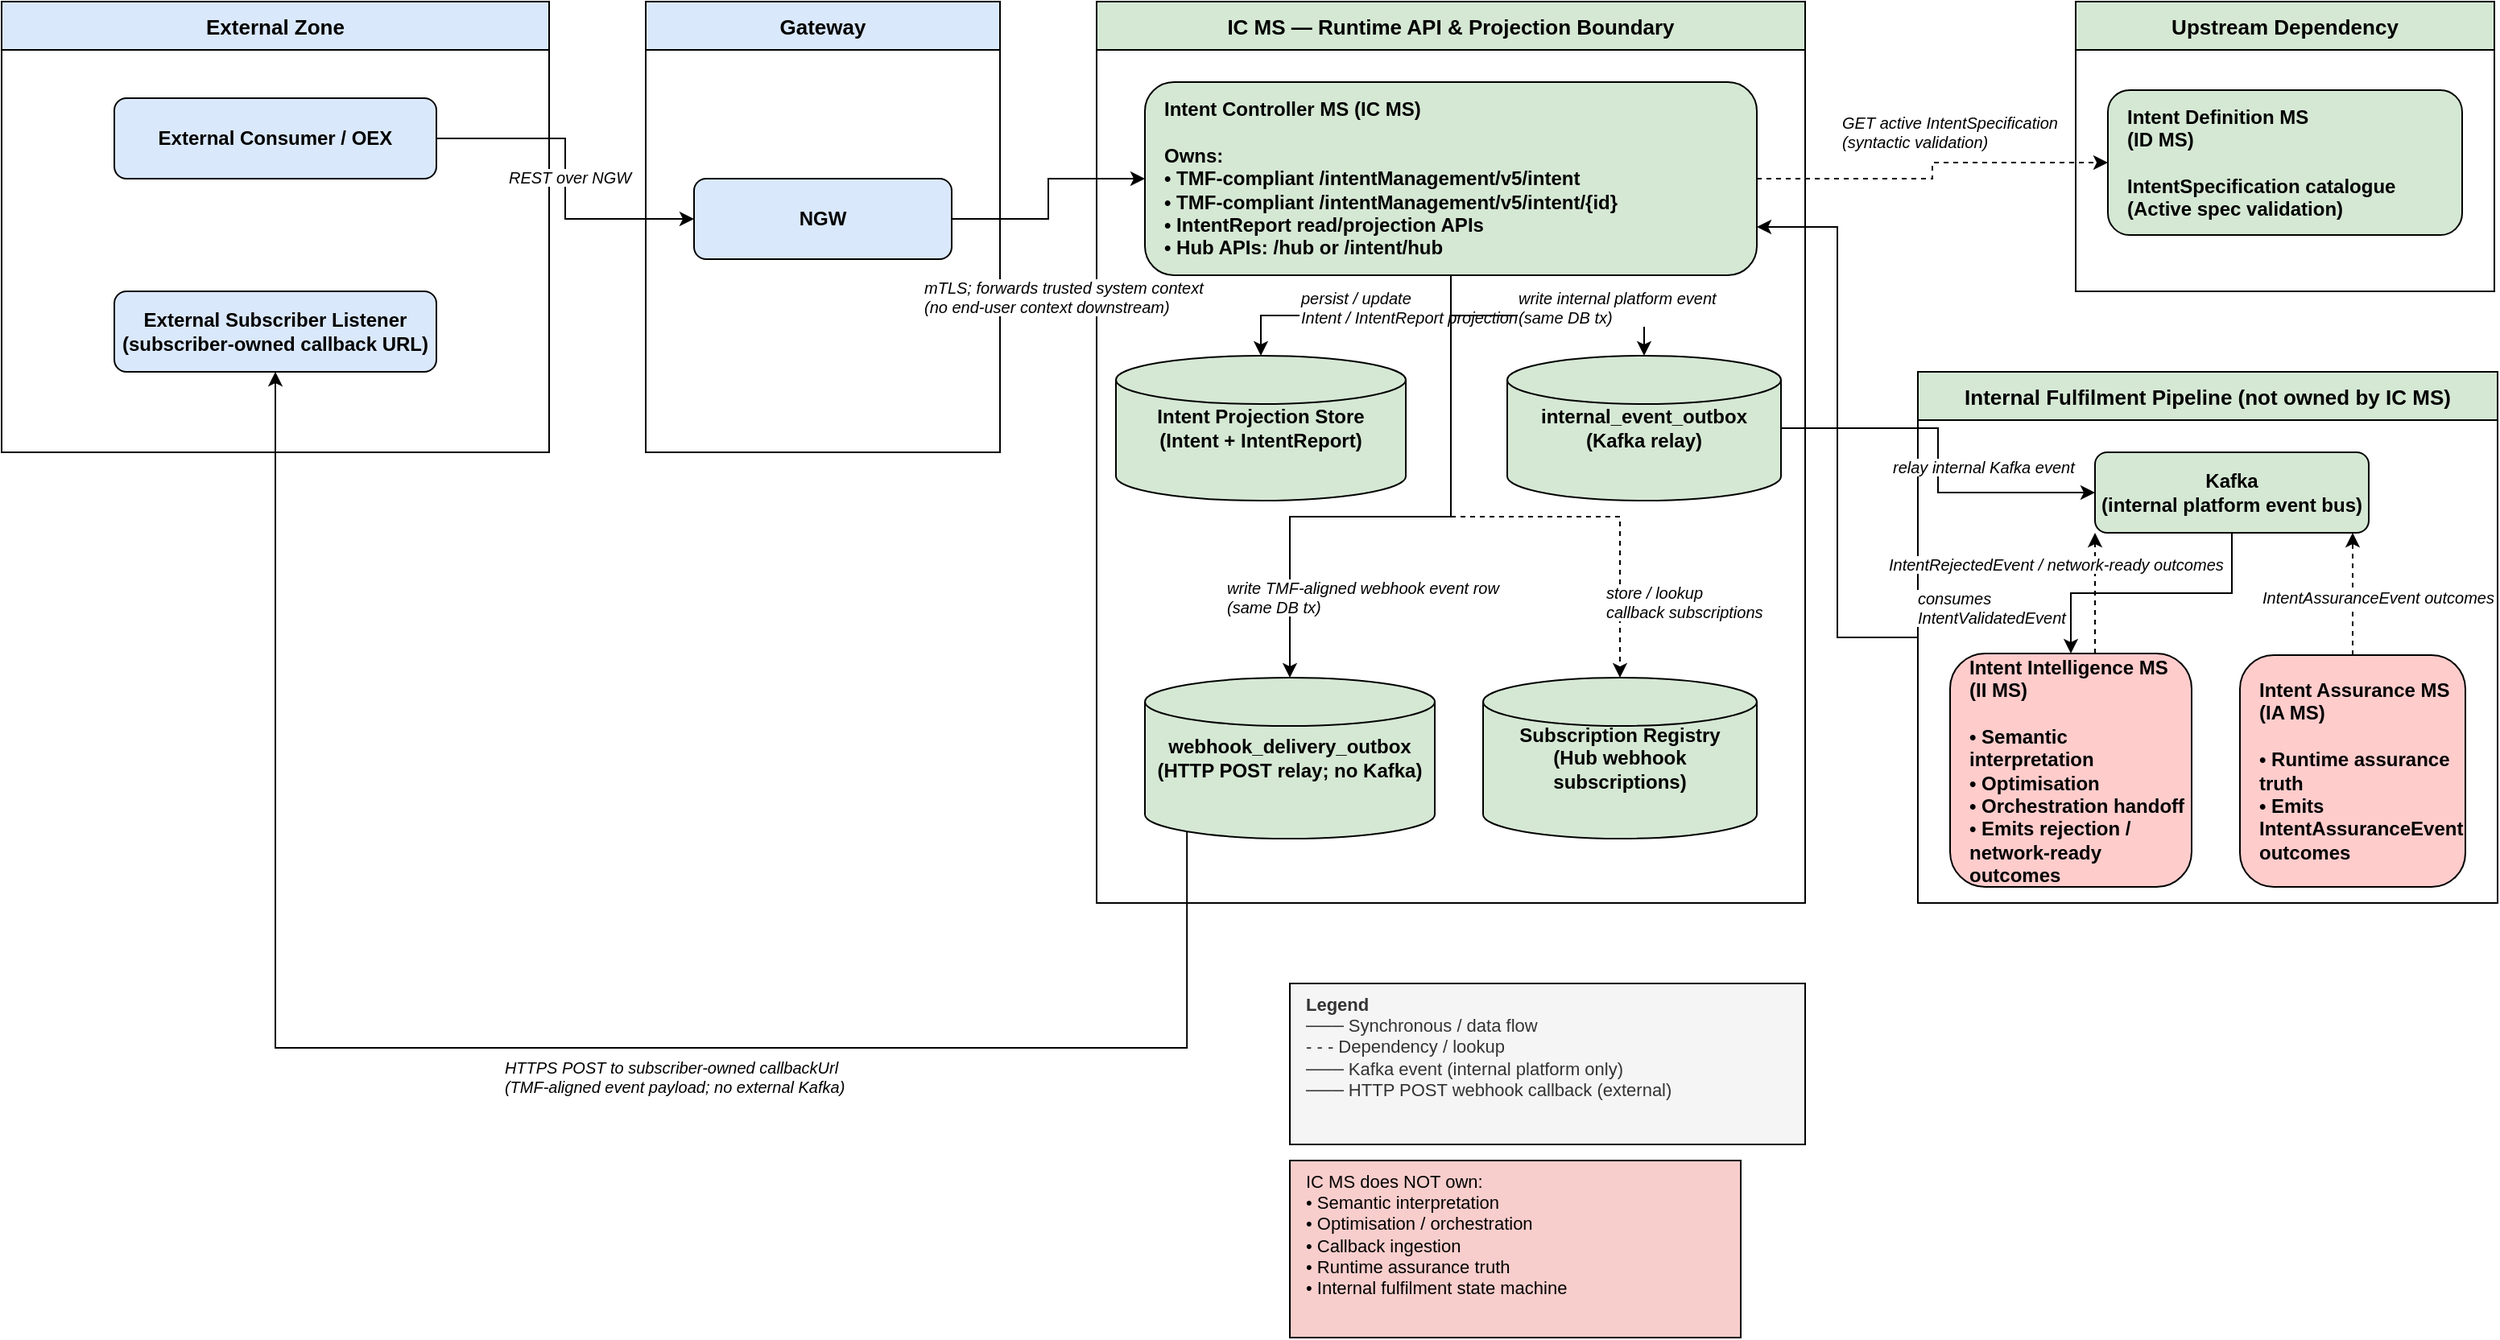
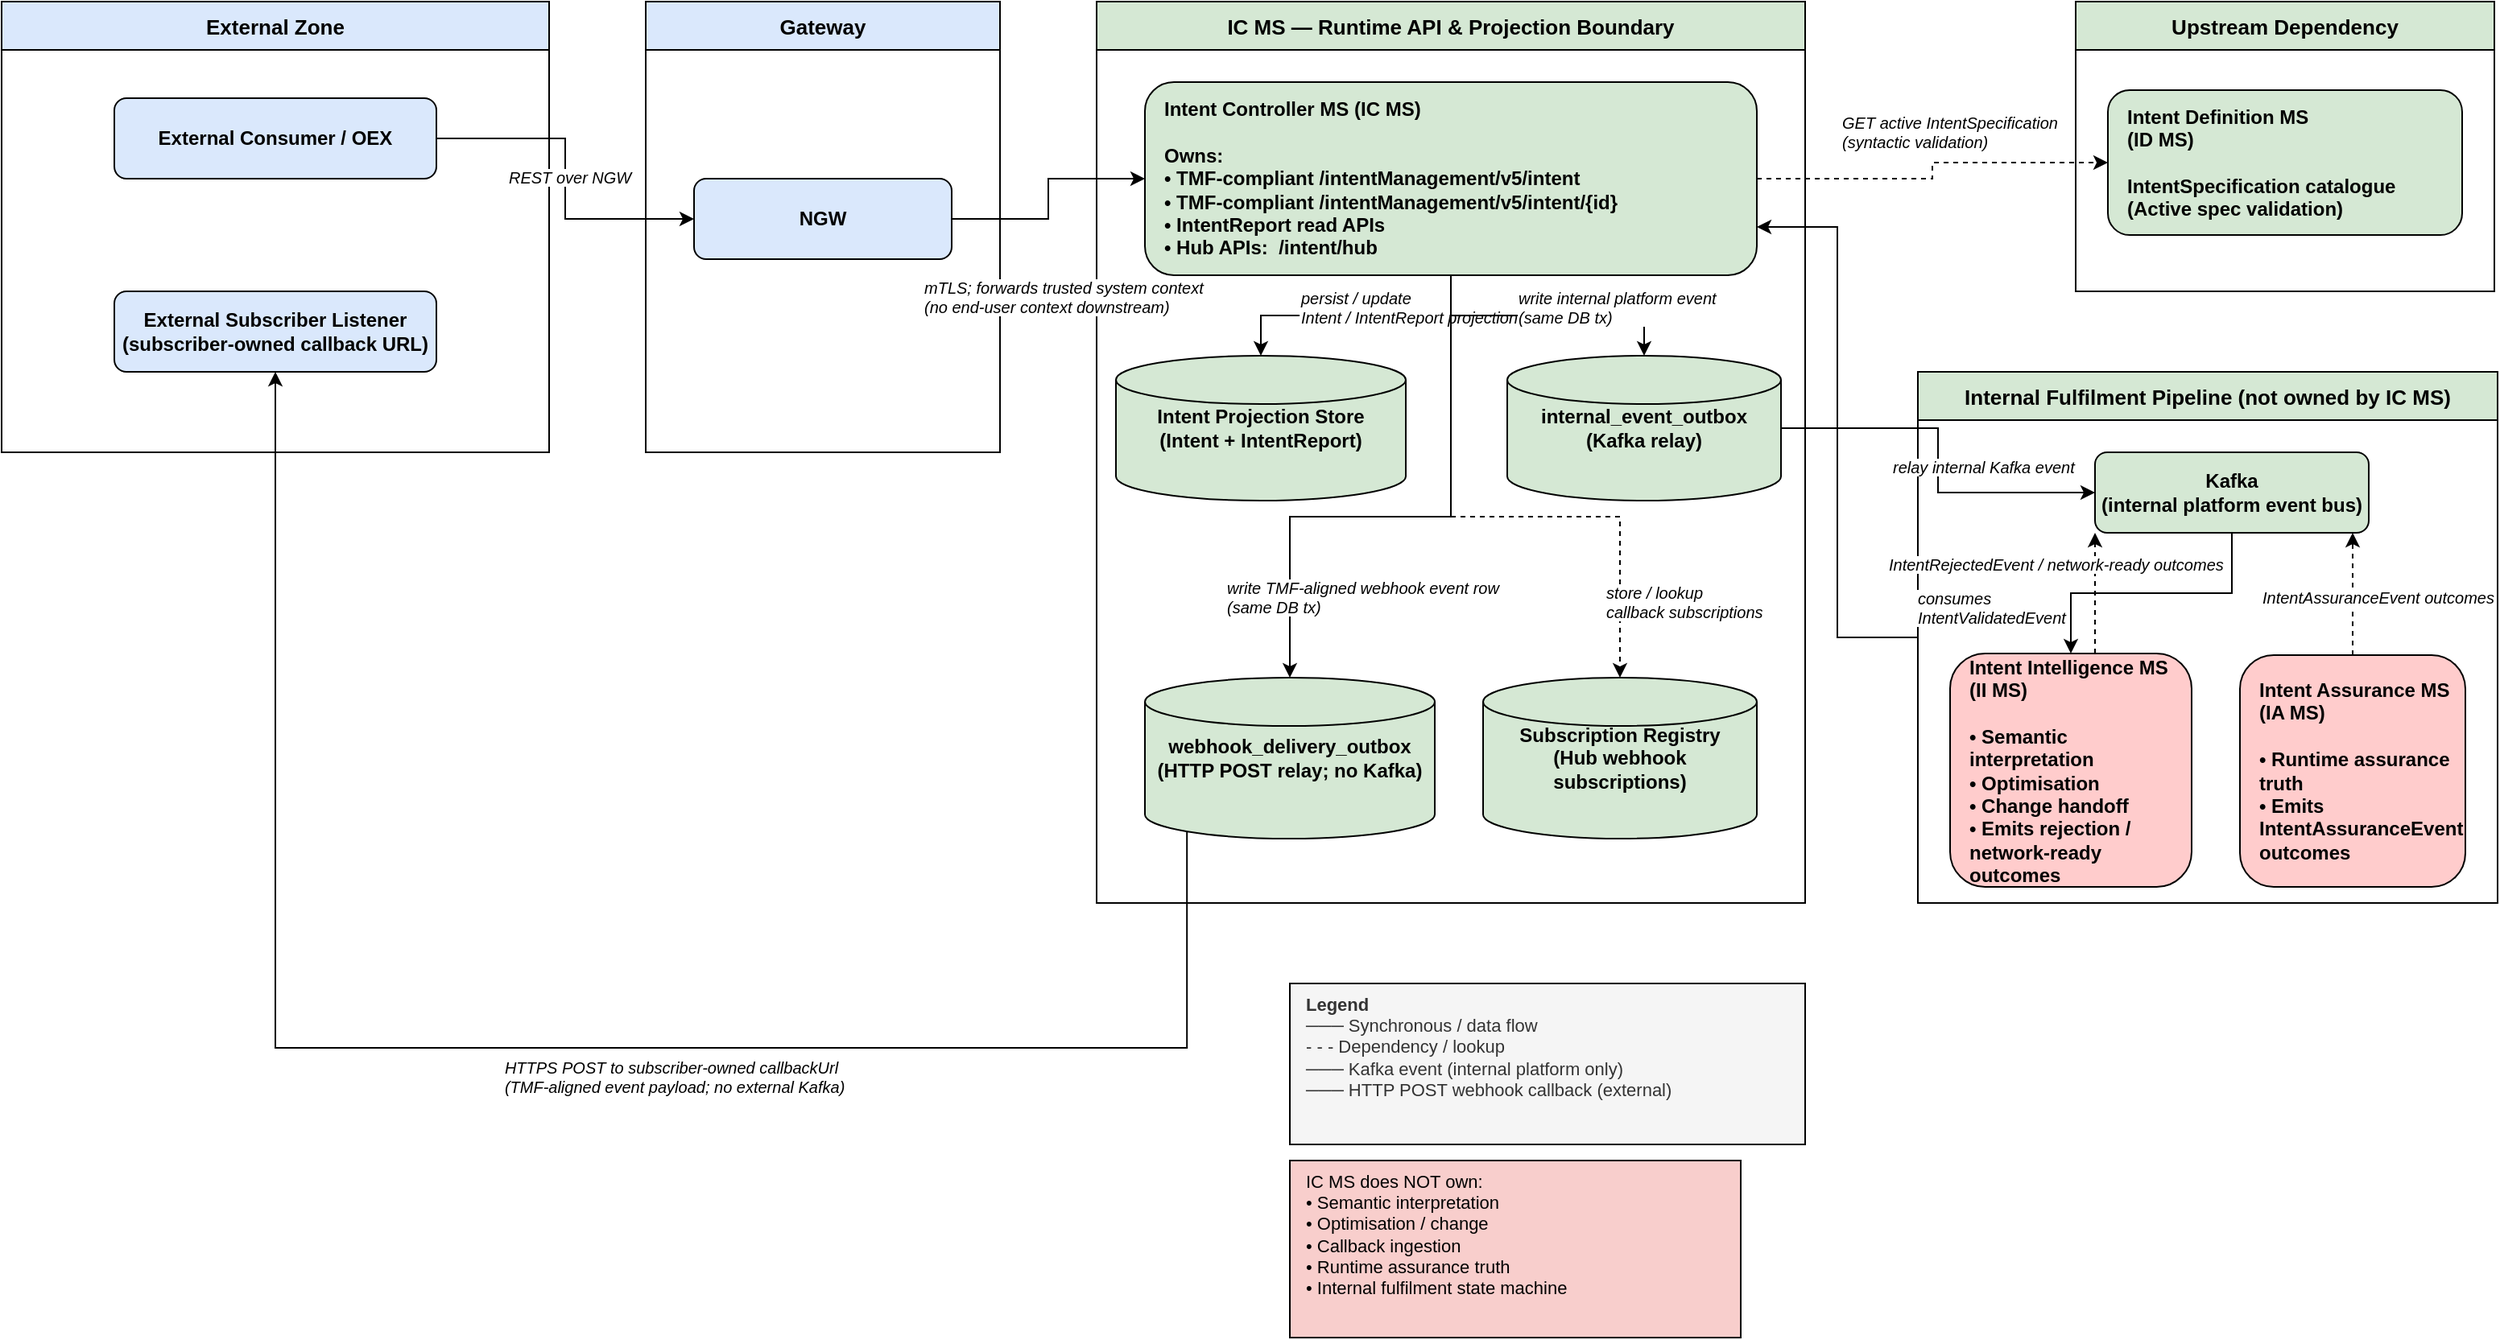
<mxfile host="65bd71144e">
    <diagram name="IC MS - Logical View" id="ic-ms-logical-view">
        <mxGraphModel dx="729" dy="633" grid="1" gridSize="10" guides="1" tooltips="1" connect="1" arrows="1" fold="1" page="1" pageScale="1" pageWidth="1654" pageHeight="1169" math="0" shadow="0">
            <root>
                <mxCell id="0"/>
                <mxCell id="1" parent="0"/>
                <mxCell id="zone_external" value="External Zone" style="swimlane;startSize=30;fillColor=#dae8fc;strokeColor=default;fontStyle=1;fontSize=13;horizontal=1;container=0;" parent="1" vertex="1">
                    <mxGeometry x="40" y="40" width="340" height="280" as="geometry"/>
                </mxCell>
                <mxCell id="zone_gateway" value="Gateway" style="swimlane;startSize=30;fillColor=#dae8fc;strokeColor=default;fontStyle=1;fontSize=13;horizontal=1;container=0;" parent="1" vertex="1">
                    <mxGeometry x="440" y="40" width="220" height="280" as="geometry"/>
                </mxCell>
                <mxCell id="zone_icms" value="IC MS — Runtime API &amp; Projection Boundary" style="swimlane;startSize=30;fillColor=#d5e8d4;strokeColor=default;fontStyle=1;fontSize=13;horizontal=1;container=0;" parent="1" vertex="1">
                    <mxGeometry x="720" y="40" width="440" height="560" as="geometry"/>
                </mxCell>
                <mxCell id="zone_idms" value="Upstream Dependency" style="swimlane;startSize=30;fillColor=#d5e8d4;strokeColor=default;fontStyle=1;fontSize=13;horizontal=1;container=0;" parent="1" vertex="1">
                    <mxGeometry x="1328" y="40" width="260" height="180" as="geometry"/>
                </mxCell>
                <mxCell id="0MlcjW0cjBZ2ITzH3IxV-1" style="edgeStyle=orthogonalEdgeStyle;rounded=0;orthogonalLoop=1;jettySize=auto;html=1;entryX=1;entryY=0.75;entryDx=0;entryDy=0;fillColor=#d5e8d4;strokeColor=default;" parent="1" source="zone_internal" target="icms_core" edge="1">
                    <mxGeometry relative="1" as="geometry"/>
                </mxCell>
                <mxCell id="zone_internal" value="Internal Fulfilment Pipeline (not owned by IC MS)" style="swimlane;startSize=30;fillColor=#d5e8d4;strokeColor=default;fontStyle=1;fontSize=13;horizontal=1;container=0;" parent="1" vertex="1">
                    <mxGeometry x="1230" y="270" width="360" height="330" as="geometry"/>
                </mxCell>
                <mxCell id="e1" style="edgeStyle=orthogonalEdgeStyle;rounded=0;" parent="1" source="ext_consumer" target="gateway" edge="1">
                    <mxGeometry relative="1" as="geometry"/>
                </mxCell>
                <mxCell id="e1_lbl" value="REST over NGW" style="edgeLabel;fontSize=10;fontStyle=2;container=0;" parent="e1" connectable="0" vertex="1">
                    <mxGeometry relative="0.5" as="geometry">
                        <mxPoint x="-37" y="-13" as="offset"/>
                    </mxGeometry>
                </mxCell>
                <mxCell id="e2" style="edgeStyle=orthogonalEdgeStyle;rounded=0;" parent="1" source="gateway" target="icms_core" edge="1">
                    <mxGeometry relative="1" as="geometry"/>
                </mxCell>
                <mxCell id="e2_lbl" value="mTLS; forwards trusted system context&#xa;(no end-user context downstream)" style="edgeLabel;fontSize=10;fontStyle=2;container=0;" parent="e2" connectable="0" vertex="1">
                    <mxGeometry relative="0.5" as="geometry">
                        <mxPoint x="-79" y="43" as="offset"/>
                    </mxGeometry>
                </mxCell>
                <mxCell id="e3" style="edgeStyle=orthogonalEdgeStyle;rounded=0;dashed=1;fillColor=#d5e8d4;strokeColor=default;" parent="1" source="icms_core" target="idms" edge="1">
                    <mxGeometry relative="1" as="geometry"/>
                </mxCell>
                <mxCell id="e3_lbl" value="GET active IntentSpecification&#xa;(syntactic validation)" style="edgeLabel;fontSize=10;fontStyle=2;container=0;" parent="e3" connectable="0" vertex="1">
                    <mxGeometry relative="0.5" as="geometry">
                        <mxPoint x="-58" y="-42" as="offset"/>
                    </mxGeometry>
                </mxCell>
                <mxCell id="e4" style="edgeStyle=orthogonalEdgeStyle;rounded=0;fillColor=#d5e8d4;strokeColor=default;" parent="1" source="icms_core" target="intent_store" edge="1">
                    <mxGeometry relative="1" as="geometry"/>
                </mxCell>
                <mxCell id="e4_lbl" value="persist / update&#xa;Intent / IntentReport projection" style="edgeLabel;fontSize=10;fontStyle=2;container=0;" parent="e4" connectable="0" vertex="1">
                    <mxGeometry relative="0.5" as="geometry">
                        <mxPoint x="-36" y="-23" as="offset"/>
                    </mxGeometry>
                </mxCell>
                <mxCell id="e5" style="edgeStyle=orthogonalEdgeStyle;rounded=0;fillColor=#d5e8d4;strokeColor=default;" parent="1" source="icms_core" target="int_outbox" edge="1">
                    <mxGeometry relative="1" as="geometry"/>
                </mxCell>
                <mxCell id="e5_lbl" value="write internal platform event&#xa;(same DB tx)" style="edgeLabel;fontSize=10;fontStyle=2;container=0;" parent="e5" connectable="0" vertex="1">
                    <mxGeometry relative="0.5" as="geometry">
                        <mxPoint x="-20" y="-23" as="offset"/>
                    </mxGeometry>
                </mxCell>
                <mxCell id="e6" style="edgeStyle=orthogonalEdgeStyle;rounded=0;fillColor=#d5e8d4;strokeColor=default;" parent="1" source="int_outbox" target="kafka" edge="1">
                    <mxGeometry relative="1" as="geometry"/>
                </mxCell>
                <mxCell id="e6_lbl" value="relay internal Kafka event" style="edgeLabel;fontSize=10;fontStyle=2;container=0;" parent="e6" connectable="0" vertex="1">
                    <mxGeometry relative="0.5" as="geometry">
                        <mxPoint x="-30" y="-8" as="offset"/>
                    </mxGeometry>
                </mxCell>
                <mxCell id="e7" style="edgeStyle=orthogonalEdgeStyle;rounded=0;fillColor=#d5e8d4;strokeColor=default;" parent="1" source="kafka" target="iims" edge="1">
                    <mxGeometry relative="1" as="geometry"/>
                </mxCell>
                <mxCell id="e7_lbl" value="consumes&#xa;IntentValidatedEvent" style="edgeLabel;fontSize=10;fontStyle=2;container=0;" parent="e7" connectable="0" vertex="1">
                    <mxGeometry relative="0.5" as="geometry">
                        <mxPoint x="-147" y="-9" as="offset"/>
                    </mxGeometry>
                </mxCell>
                <mxCell id="e8" style="edgeStyle=orthogonalEdgeStyle;rounded=0;dashed=1;fillColor=#d5e8d4;strokeColor=default;" parent="1" source="iims" target="kafka" edge="1">
                    <mxGeometry relative="1" as="geometry">
                        <Array as="points">
                            <mxPoint x="1310" y="490"/>
                            <mxPoint x="1380" y="490"/>
                            <mxPoint x="1380" y="360"/>
                        </Array>
                    </mxGeometry>
                </mxCell>
                <mxCell id="e8_lbl" value="IntentRejectedEvent / network-ready outcomes" style="edgeLabel;fontSize=10;fontStyle=2;container=0;" parent="e8" connectable="0" vertex="1">
                    <mxGeometry relative="0.5" as="geometry">
                        <mxPoint x="-130" y="-30" as="offset"/>
                    </mxGeometry>
                </mxCell>
                <mxCell id="e9" style="edgeStyle=orthogonalEdgeStyle;rounded=0;dashed=1;fillColor=#d5e8d4;strokeColor=default;" parent="1" source="iams" target="kafka" edge="1">
                    <mxGeometry relative="1" as="geometry">
                        <Array as="points">
                            <mxPoint x="1450" y="490"/>
                            <mxPoint x="1450" y="360"/>
                        </Array>
                    </mxGeometry>
                </mxCell>
                <mxCell id="e9_lbl" value="IntentAssuranceEvent outcomes" style="edgeLabel;fontSize=10;fontStyle=2;container=0;" parent="e9" connectable="0" vertex="1">
                    <mxGeometry relative="0.5" as="geometry">
                        <mxPoint x="-58" y="-10" as="offset"/>
                    </mxGeometry>
                </mxCell>
                <mxCell id="e11" style="edgeStyle=orthogonalEdgeStyle;rounded=0;fillColor=#d5e8d4;strokeColor=default;" parent="1" source="icms_core" target="webhook_outbox" edge="1">
                    <mxGeometry relative="1" as="geometry">
                        <Array as="points">
                            <mxPoint x="940" y="360"/>
                            <mxPoint x="840" y="360"/>
                        </Array>
                    </mxGeometry>
                </mxCell>
                <mxCell id="e11_lbl" value="write TMF-aligned webhook event row&#xa;(same DB tx)" style="edgeLabel;fontSize=10;fontStyle=2;container=0;" parent="e11" connectable="0" vertex="1">
                    <mxGeometry relative="0.5" as="geometry">
                        <mxPoint x="-116" y="32" as="offset"/>
                    </mxGeometry>
                </mxCell>
                <mxCell id="e12" style="edgeStyle=orthogonalEdgeStyle;rounded=0;strokeColor=default;exitX=0.145;exitY=1;exitDx=0;exitDy=-4.35;exitPerimeter=0;" parent="1" source="webhook_outbox" target="ext_subscriber" edge="1">
                    <mxGeometry relative="1" as="geometry">
                        <Array as="points">
                            <mxPoint x="776" y="690"/>
                            <mxPoint x="210" y="690"/>
                        </Array>
                    </mxGeometry>
                </mxCell>
                <mxCell id="e12_lbl" value="HTTPS POST to subscriber-owned callbackUrl&#xa;(TMF-aligned event payload; no external Kafka)" style="edgeLabel;fontSize=10;fontStyle=2;container=0;" parent="e12" connectable="0" vertex="1">
                    <mxGeometry relative="0.5" as="geometry"/>
                </mxCell>
                <mxCell id="e13" style="edgeStyle=orthogonalEdgeStyle;rounded=0;dashed=1;fillColor=#d5e8d4;strokeColor=default;" parent="1" source="icms_core" target="sub_registry" edge="1">
                    <mxGeometry relative="1" as="geometry">
                        <Array as="points">
                            <mxPoint x="940" y="360"/>
                            <mxPoint x="1045" y="360"/>
                        </Array>
                    </mxGeometry>
                </mxCell>
                <mxCell id="e13_lbl" value="store / lookup&#xa;callback subscriptions" style="edgeLabel;fontSize=10;fontStyle=2;container=0;" parent="e13" connectable="0" vertex="1">
                    <mxGeometry relative="0.5" as="geometry">
                        <mxPoint x="67" y="35" as="offset"/>
                    </mxGeometry>
                </mxCell>
                <mxCell id="legend" value="&lt;b&gt;Legend&lt;/b&gt;&#xa;─── Synchronous / data flow&#xa;- - - Dependency / lookup&#xa;─── Kafka event (internal platform only)&#xa;─── HTTP POST webhook callback (external)" style="text;html=1;strokeColor=default;fillColor=#f5f5f5;align=left;verticalAlign=top;spacingLeft=8;fontSize=11;fontColor=#333333;container=0;" parent="1" vertex="1">
                    <mxGeometry x="840" y="650" width="320" height="100" as="geometry"/>
                </mxCell>
-                 <mxCell id="not_owned_note" value="IC MS does NOT own:&#xa;• Semantic interpretation&#xa;• Optimisation / orchestration&#xa;• Callback ingestion&#xa;• Runtime assurance truth&#xa;• Internal fulfilment state machine" style="text;html=1;strokeColor=default;fillColor=#f8cecc;align=left;verticalAlign=top;spacingLeft=8;fontSize=11;container=0;" parent="1" vertex="1">
+                 <mxCell id="not_owned_note" value="IC MS does NOT own:&#xa;• Semantic interpretation&#xa;• Optimisation / change&#xa;• Callback ingestion&#xa;• Runtime assurance truth&#xa;• Internal fulfilment state machine" style="text;html=1;strokeColor=default;fillColor=#f8cecc;align=left;verticalAlign=top;spacingLeft=8;fontSize=11;container=0;" parent="1" vertex="1">
                    <mxGeometry x="840" y="760" width="280" height="110" as="geometry"/>
                </mxCell>
                <mxCell id="ext_consumer" value="External Consumer / OEX" style="rounded=1;whiteSpace=wrap;html=1;fillColor=#dae8fc;strokeColor=default;fontStyle=1;fontSize=12;container=0;" parent="1" vertex="1">
                    <mxGeometry x="110" y="100" width="200" height="50" as="geometry"/>
                </mxCell>
                <mxCell id="ext_subscriber" value="External Subscriber Listener&#xa;(subscriber-owned callback URL)" style="rounded=1;whiteSpace=wrap;html=1;fillColor=#dae8fc;strokeColor=default;fontStyle=1;fontSize=12;container=0;" parent="1" vertex="1">
                    <mxGeometry x="110" y="220" width="200" height="50" as="geometry"/>
                </mxCell>
                <mxCell id="gateway" value="NGW" style="rounded=1;whiteSpace=wrap;html=1;fillColor=#dae8fc;strokeColor=default;fontStyle=1;fontSize=12;container=0;" parent="1" vertex="1">
                    <mxGeometry x="470" y="150" width="160" height="50" as="geometry"/>
                </mxCell>
-                 <mxCell id="icms_core" value="Intent Controller MS (IC MS)&lt;br&gt;&lt;br&gt;Owns:&lt;br&gt;• TMF-compliant /intentManagement/v5/intent&lt;br&gt;• TMF-compliant /intentManagement/v5/intent/{id}&lt;br&gt;• IntentReport read/projection APIs&lt;br&gt;• Hub APIs: /hub or /intent/hub" style="rounded=1;whiteSpace=wrap;html=1;fillColor=#d5e8d4;strokeColor=default;fontStyle=1;fontSize=12;align=left;spacingLeft=10;container=0;" parent="1" vertex="1">
+                 <mxCell id="icms_core" value="Intent Controller MS (IC MS)&lt;br&gt;&lt;br&gt;Owns:&lt;br&gt;• TMF-compliant /intentManagement/v5/intent&lt;br&gt;• TMF-compliant /intentManagement/v5/intent/{id}&lt;br&gt;• IntentReport read APIs&lt;br&gt;• Hub APIs:&amp;nbsp; /intent/hub" style="rounded=1;whiteSpace=wrap;html=1;fillColor=#d5e8d4;strokeColor=default;fontStyle=1;fontSize=12;align=left;spacingLeft=10;container=0;" parent="1" vertex="1">
                    <mxGeometry x="750" y="90" width="380" height="120" as="geometry"/>
                </mxCell>
                <mxCell id="intent_store" value="Intent Projection Store&#xa;(Intent + IntentReport)" style="shape=cylinder3;whiteSpace=wrap;html=1;fillColor=#d5e8d4;strokeColor=default;fontStyle=1;fontSize=12;container=0;" parent="1" vertex="1">
                    <mxGeometry x="732" y="260" width="180" height="90" as="geometry"/>
                </mxCell>
                <mxCell id="int_outbox" value="internal_event_outbox&#xa;(Kafka relay)" style="shape=cylinder3;whiteSpace=wrap;html=1;fillColor=#d5e8d4;strokeColor=default;fontStyle=1;fontSize=12;container=0;" parent="1" vertex="1">
                    <mxGeometry x="975" y="260" width="170" height="90" as="geometry"/>
                </mxCell>
                <mxCell id="webhook_outbox" value="webhook_delivery_outbox&#xa;(HTTP POST relay; no Kafka)" style="shape=cylinder3;whiteSpace=wrap;html=1;fillColor=#d5e8d4;strokeColor=default;fontStyle=1;fontSize=12;container=0;" parent="1" vertex="1">
                    <mxGeometry x="750" y="460" width="180" height="100" as="geometry"/>
                </mxCell>
                <mxCell id="sub_registry" value="Subscription Registry&#xa;(Hub webhook subscriptions)" style="shape=cylinder3;whiteSpace=wrap;html=1;fillColor=#d5e8d4;strokeColor=default;fontStyle=1;fontSize=12;container=0;" parent="1" vertex="1">
                    <mxGeometry x="960" y="460" width="170" height="100" as="geometry"/>
                </mxCell>
                <mxCell id="idms" value="Intent Definition MS&#xa;(ID MS)&#xa;&#xa;IntentSpecification catalogue&#xa;(Active spec validation)" style="rounded=1;whiteSpace=wrap;html=1;fillColor=#d5e8d4;strokeColor=default;fontStyle=1;fontSize=12;align=left;spacingLeft=10;container=0;" parent="1" vertex="1">
                    <mxGeometry x="1348" y="95" width="220" height="90" as="geometry"/>
                </mxCell>
                <mxCell id="kafka" value="Kafka&#xa;(internal platform event bus)" style="rounded=1;whiteSpace=wrap;html=1;fillColor=#d5e8d4;strokeColor=default;fontStyle=1;fontSize=12;container=0;" parent="1" vertex="1">
                    <mxGeometry x="1340" y="320" width="170" height="50" as="geometry"/>
                </mxCell>
-                 <mxCell id="iims" value="Intent Intelligence MS&lt;br&gt;(II MS)&lt;br&gt;&lt;br&gt;• Semantic interpretation&lt;br&gt;• Optimisation&lt;br&gt;• Orchestration handoff&lt;br&gt;• Emits rejection / network-ready outcomes" style="rounded=1;whiteSpace=wrap;html=1;fillColor=#ffcccc;strokeColor=default;fontStyle=1;fontSize=12;align=left;spacingLeft=10;container=0;" parent="1" vertex="1">
+                 <mxCell id="iims" value="Intent Intelligence MS&lt;br&gt;(II MS)&lt;br&gt;&lt;br&gt;• Semantic interpretation&lt;br&gt;• Optimisation&lt;br&gt;• Change handoff&lt;br&gt;• Emits rejection / network-ready outcomes" style="rounded=1;whiteSpace=wrap;html=1;fillColor=#ffcccc;strokeColor=default;fontStyle=1;fontSize=12;align=left;spacingLeft=10;container=0;" parent="1" vertex="1">
                    <mxGeometry x="1250" y="445" width="150" height="145" as="geometry"/>
                </mxCell>
                <mxCell id="iams" value="Intent Assurance MS&#xa;(IA MS)&#xa;&#xa;• Runtime assurance truth&#xa;• Emits IntentAssuranceEvent outcomes" style="rounded=1;whiteSpace=wrap;html=1;fillColor=#ffcccc;strokeColor=default;fontStyle=1;fontSize=12;align=left;spacingLeft=10;container=0;" parent="1" vertex="1">
                    <mxGeometry x="1430" y="446" width="140" height="144" as="geometry"/>
                </mxCell>
            </root>
        </mxGraphModel>
    </diagram>
</mxfile>